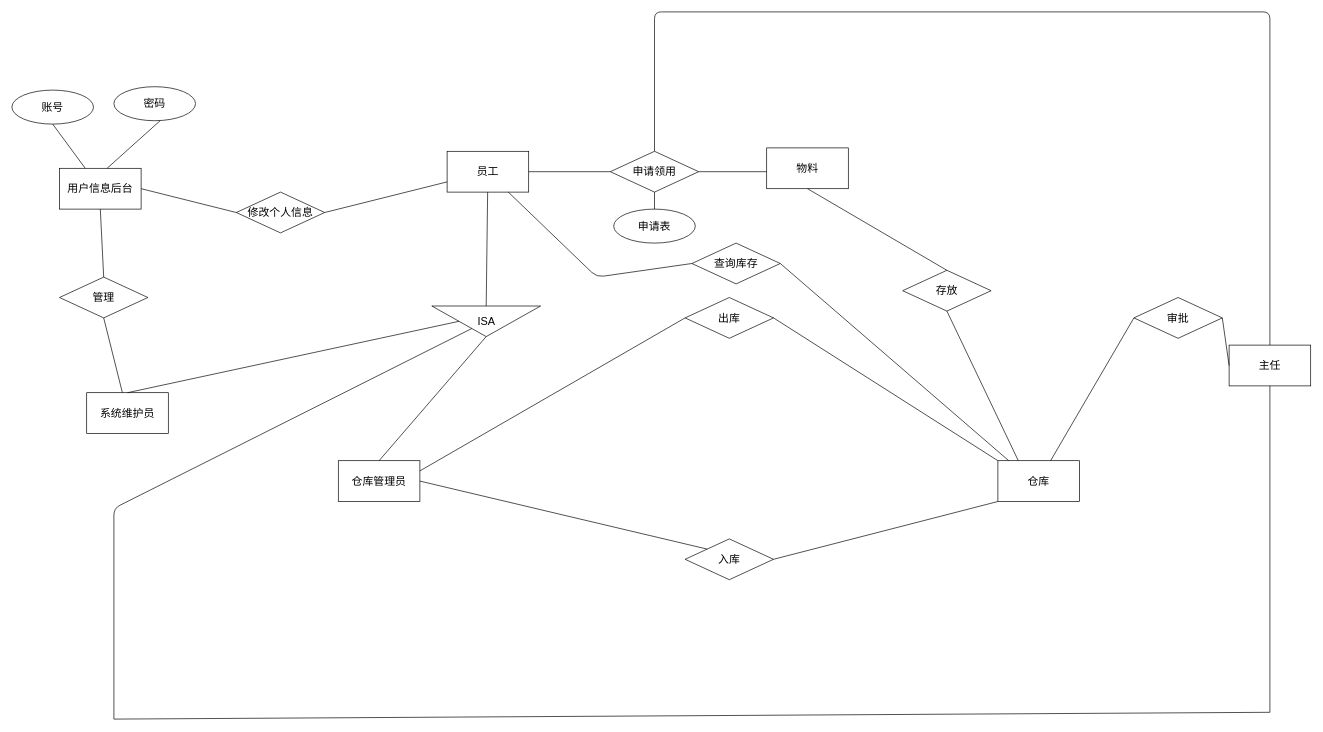
Earlier version of the draw.io diagram 大关系.drawio (images130/LJ_Project). Source tidied: cells renumbered, new cells numbered last; positions are measured from the earlier drawing's top-left corner, leaving out a move shared by most shapes. Both pictures are drawn from the tidied source at 68%, with x=0, y=0 at pixel (12, 12).
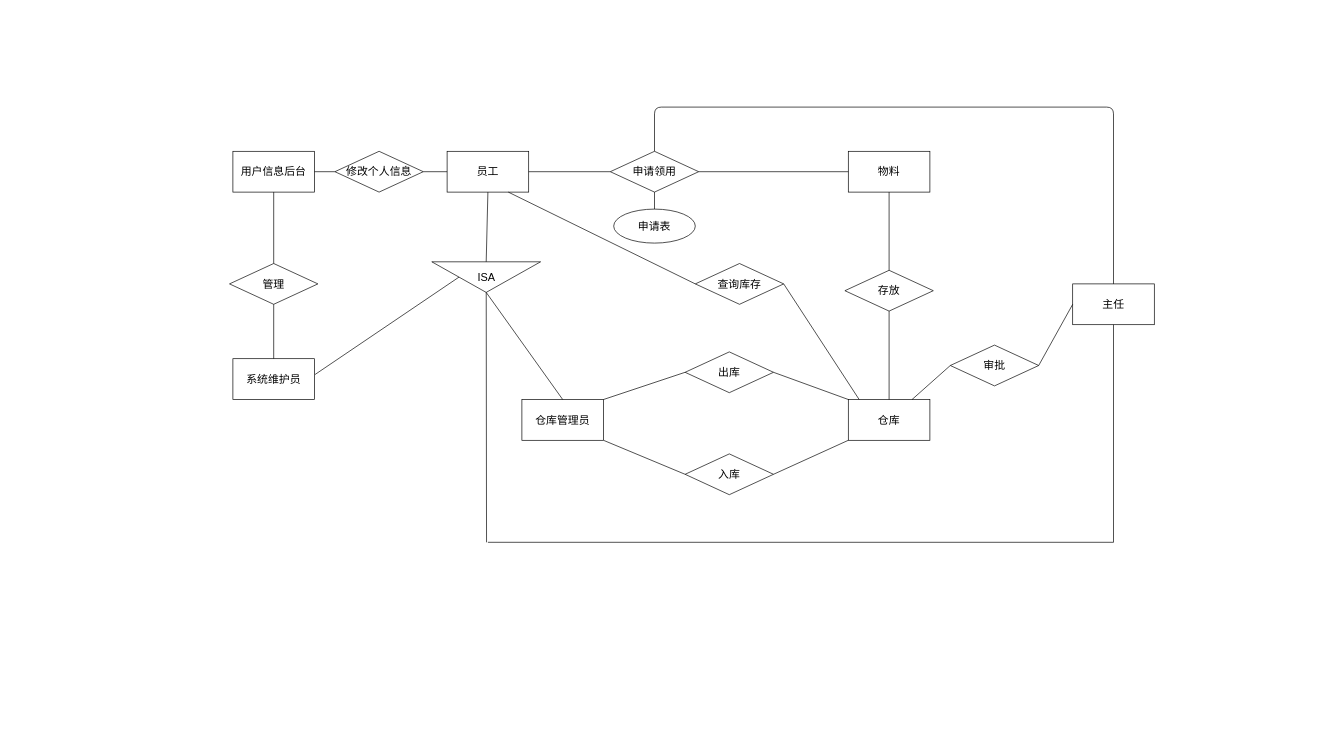
The same page after the edit.

The change refers to these unchanged cells:
```xml
<mxCell id="3" value="员工" style="rounded=0;whiteSpace=wrap;html=1;fontSize=16;fontStyle=0;" parent="1" vertex="1">
  <mxGeometry x="640" y="205" width="120" height="60" as="geometry" />
</mxCell>
<mxCell id="4" value="申请领用" style="rhombus;whiteSpace=wrap;html=1;fontSize=16;fontStyle=0;" parent="1" vertex="1">
  <mxGeometry x="880" y="205" width="130" height="60" as="geometry" />
</mxCell>
```

The edit, as a diff of the source:
```diff
@@
     <mxCell id="2" value="物料" style="rounded=0;whiteSpace=wrap;html=1;fontSize=16;fontStyle=0;" parent="1" vertex="1">
-      <mxGeometry x="1110" y="200" width="120" height="60" as="geometry" />
+      <mxGeometry x="1230" y="205" width="120" height="60" as="geometry" />
     </mxCell>
@@
-    <mxCell id="6" style="endArrow=none;html=1;exitX=1;exitY=0.5;exitDx=0;exitDy=0;fontSize=16;fontStyle=0;" parent="1" edge="1" source="4">
-      <mxGeometry relative="1" as="geometry">
-        <mxPoint x="1110" y="235" as="targetPoint" />
-      </mxGeometry>
+    <mxCell id="6" style="endArrow=none;html=1;exitX=1;exitY=0.5;exitDx=0;exitDy=0;fontSize=16;fontStyle=0;entryX=0;entryY=0.5;entryDx=0;entryDy=0;" parent="1" edge="1" source="4" target="2">
+      <mxGeometry relative="1" as="geometry" />
     </mxCell>
     <mxCell id="7" value="仓库" style="rounded=0;whiteSpace=wrap;html=1;fontSize=16;fontStyle=0;" parent="1" vertex="1">
-      <mxGeometry x="1450" y="660" width="120" height="60" as="geometry" />
+      <mxGeometry x="1230" y="570" width="120" height="60" as="geometry" />
     </mxCell>
     <mxCell id="8" value="入库" style="rhombus;whiteSpace=wrap;html=1;fontSize=16;fontStyle=0;" parent="1" vertex="1">
-      <mxGeometry x="990" y="775" width="130" height="60" as="geometry" />
+      <mxGeometry x="990" y="650" width="130" height="60" as="geometry" />
     </mxCell>
     <mxCell id="9" value="出库" style="rhombus;whiteSpace=wrap;html=1;fontSize=16;fontStyle=0;" parent="1" vertex="1">
-      <mxGeometry x="990" y="420" width="130" height="60" as="geometry" />
+      <mxGeometry x="990" y="500" width="130" height="60" as="geometry" />
     </mxCell>
@@
     <mxCell id="12" value="仓库管理员" style="rounded=0;whiteSpace=wrap;html=1;fontSize=16;fontStyle=0;" parent="1" vertex="1">
-      <mxGeometry x="480" y="660" width="120" height="60" as="geometry" />
+      <mxGeometry x="750" y="570" width="120" height="60" as="geometry" />
     </mxCell>
-    <mxCell id="13" style="endArrow=none;html=1;entryX=0;entryY=0;entryDx=0;entryDy=0;exitX=1;exitY=0.5;exitDx=0;exitDy=0;fontSize=16;fontStyle=0;" parent="1" edge="1" source="12" target="8">
+    <mxCell id="13" style="endArrow=none;html=1;entryX=0;entryY=0.5;entryDx=0;entryDy=0;exitX=1;exitY=1;exitDx=0;exitDy=0;fontSize=16;fontStyle=0;" parent="1" edge="1" source="12" target="8">
       <mxGeometry relative="1" as="geometry" />
     </mxCell>
-    <mxCell id="14" style="endArrow=none;html=1;entryX=0;entryY=0.5;entryDx=0;entryDy=0;exitX=1;exitY=0.25;exitDx=0;exitDy=0;fontSize=16;fontStyle=0;" parent="1" edge="1" source="12" target="9">
+    <mxCell id="14" style="endArrow=none;html=1;entryX=0;entryY=0.5;entryDx=0;entryDy=0;exitX=1;exitY=0;exitDx=0;exitDy=0;fontSize=16;fontStyle=0;exitPerimeter=0;" parent="1" edge="1" source="12" target="9">
       <mxGeometry relative="1" as="geometry" />
     </mxCell>
@@
     <mxCell id="17" value="主任" style="rounded=0;whiteSpace=wrap;html=1;fontSize=16;fontStyle=0;" parent="1" vertex="1">
-      <mxGeometry x="1790" y="490" width="120" height="60" as="geometry" />
+      <mxGeometry x="1560" y="400" width="120" height="60" as="geometry" />
     </mxCell>
     <mxCell id="18" value="存放" style="rhombus;whiteSpace=wrap;html=1;fontSize=16;fontStyle=0;" parent="1" vertex="1">
-      <mxGeometry x="1310" y="380" width="130" height="60" as="geometry" />
+      <mxGeometry x="1225" y="380" width="130" height="60" as="geometry" />
     </mxCell>
@@
-    <mxCell id="20" style="endArrow=none;html=1;entryX=0.5;entryY=1;entryDx=0;entryDy=0;exitX=0.25;exitY=0;exitDx=0;exitDy=0;fontSize=16;fontStyle=0;" parent="1" edge="1" source="7" target="18">
+    <mxCell id="20" style="endArrow=none;html=1;entryX=0.5;entryY=1;entryDx=0;entryDy=0;exitX=0.5;exitY=0;exitDx=0;exitDy=0;fontSize=16;fontStyle=0;" parent="1" edge="1" source="7" target="18">
       <mxGeometry relative="1" as="geometry" />
     </mxCell>
     <mxCell id="21" value="系统维护员" style="rounded=0;whiteSpace=wrap;html=1;fontSize=16;fontStyle=0;" parent="1" vertex="1">
-      <mxGeometry x="110" y="560" width="120" height="60" as="geometry" />
+      <mxGeometry x="325" y="510" width="120" height="60" as="geometry" />
     </mxCell>
     <mxCell id="22" value="ISA" style="triangle;whiteSpace=wrap;html=1;rotation=90;horizontal=0;fontSize=16;fontStyle=0;" parent="1" vertex="1">
-      <mxGeometry x="675" y="375" width="45" height="160" as="geometry" />
+      <mxGeometry x="675" y="310" width="45" height="160" as="geometry" />
     </mxCell>
-    <mxCell id="23" style="endArrow=none;html=1;entryX=0.5;entryY=1;entryDx=0;entryDy=0;exitX=0.5;exitY=0;exitDx=0;exitDy=0;fontSize=16;fontStyle=0;" parent="1" edge="1" source="21" target="22">
+    <mxCell id="23" style="endArrow=none;html=1;entryX=0.5;entryY=1;entryDx=0;entryDy=0;fontSize=16;fontStyle=0;exitX=1.007;exitY=0.387;exitDx=0;exitDy=0;exitPerimeter=0;" parent="1" edge="1" source="21" target="22">
       <mxGeometry relative="1" as="geometry" />
     </mxCell>
@@
-    <mxCell id="25" style="endArrow=none;html=1;exitX=0;exitY=0.5;exitDx=0;exitDy=0;fontSize=16;fontStyle=0;" parent="1" edge="1" source="22" target="3">
+    <mxCell id="25" style="endArrow=none;html=1;exitX=0;exitY=0.5;exitDx=0;exitDy=0;fontSize=16;fontStyle=0;entryX=0.5;entryY=1;entryDx=0;entryDy=0;" parent="1" edge="1" source="22" target="3">
       <mxGeometry relative="1" as="geometry" />
     </mxCell>
     <mxCell id="26" style="endArrow=none;html=1;fontSize=16;fontStyle=0;" parent="1" edge="1" target="22">
       <mxGeometry relative="1" as="geometry">
-        <mxPoint x="150" y="1040" as="sourcePoint" />
-        <Array as="points">
-          <mxPoint x="150" y="730" />
-        </Array>
+        <mxPoint x="698" y="780" as="sourcePoint" />
       </mxGeometry>
     </mxCell>
     <mxCell id="27" style="endArrow=none;html=1;fontSize=16;fontStyle=0;" parent="1" edge="1">
       <mxGeometry relative="1" as="geometry">
-        <mxPoint x="150" y="1040" as="sourcePoint" />
-        <mxPoint x="1850" y="1030" as="targetPoint" />
+        <mxPoint x="700" y="780" as="sourcePoint" />
+        <mxPoint x="1620" y="780" as="targetPoint" />
       </mxGeometry>
     </mxCell>
     <mxCell id="28" style="endArrow=none;html=1;fontSize=16;fontStyle=0;" parent="1" edge="1" target="17">
       <mxGeometry relative="1" as="geometry">
-        <mxPoint x="1850" y="1030" as="sourcePoint" />
+        <mxPoint x="1620" y="780" as="sourcePoint" />
       </mxGeometry>
     </mxCell>
     <mxCell id="29" value="查询库存" style="rhombus;whiteSpace=wrap;html=1;fontSize=16;fontStyle=0;" parent="1" vertex="1">
-      <mxGeometry x="1000" y="340" width="130" height="60" as="geometry" />
+      <mxGeometry x="1005" y="370" width="130" height="60" as="geometry" />
     </mxCell>
     <mxCell id="30" style="endArrow=none;html=1;entryX=0;entryY=0.5;entryDx=0;entryDy=0;exitX=0.75;exitY=1;exitDx=0;exitDy=0;fontSize=16;fontStyle=0;" parent="1" edge="1" source="3" target="29">
-      <mxGeometry relative="1" as="geometry">
-        <Array as="points">
-          <mxPoint x="860" y="390" />
-        </Array>
-      </mxGeometry>
+      <mxGeometry relative="1" as="geometry" />
     </mxCell>
@@
-    <mxCell id="32" value="账号" style="ellipse;whiteSpace=wrap;html=1;fontSize=16;fontStyle=0;" parent="1" vertex="1">
-      <mxGeometry y="115" width="120" height="50" as="geometry" />
-    </mxCell>
-    <mxCell id="33" value="密码" style="ellipse;whiteSpace=wrap;html=1;fontSize=16;fontStyle=0;" parent="1" vertex="1">
-      <mxGeometry x="150" y="110" width="120" height="50" as="geometry" />
-    </mxCell>
     <mxCell id="34" value="用户信息后台" style="rounded=0;whiteSpace=wrap;html=1;fontSize=16;fontStyle=0;" parent="1" vertex="1">
-      <mxGeometry x="70" y="230" width="120" height="60" as="geometry" />
+      <mxGeometry x="325" y="205" width="120" height="60" as="geometry" />
     </mxCell>
-    <mxCell id="35" style="endArrow=none;html=1;entryX=0.5;entryY=1;entryDx=0;entryDy=0;fontSize=16;fontStyle=0;" parent="1" edge="1" source="34" target="32">
-      <mxGeometry relative="1" as="geometry" />
-    </mxCell>
-    <mxCell id="36" style="endArrow=none;html=1;entryX=0.567;entryY=1;entryDx=0;entryDy=0;entryPerimeter=0;fontSize=16;fontStyle=0;" parent="1" edge="1" target="33">
-      <mxGeometry relative="1" as="geometry">
-        <mxPoint x="140" y="230" as="sourcePoint" />
-      </mxGeometry>
-    </mxCell>
     <mxCell id="37" value="管理" style="rhombus;whiteSpace=wrap;html=1;fontSize=16;fontStyle=0;" parent="1" vertex="1">
-      <mxGeometry x="70" y="390" width="130" height="60" as="geometry" />
+      <mxGeometry x="320" y="370" width="130" height="60" as="geometry" />
     </mxCell>
     <mxCell id="38" value="修改个人信息" style="rhombus;whiteSpace=wrap;html=1;fontSize=16;fontStyle=0;" parent="1" vertex="1">
-      <mxGeometry x="330" y="265" width="130" height="60" as="geometry" />
+      <mxGeometry x="475" y="205" width="130" height="60" as="geometry" />
     </mxCell>
@@
-    <mxCell id="42" style="endArrow=none;html=1;entryX=0;entryY=0.75;entryDx=0;entryDy=0;exitX=1;exitY=0.5;exitDx=0;exitDy=0;fontSize=16;fontStyle=0;" parent="1" edge="1" source="38" target="3">
+    <mxCell id="42" style="endArrow=none;html=1;entryX=0;entryY=0.5;entryDx=0;entryDy=0;exitX=1;exitY=0.5;exitDx=0;exitDy=0;fontSize=16;fontStyle=0;" parent="1" edge="1" source="38" target="3">
       <mxGeometry relative="1" as="geometry" />
     </mxCell>
     <mxCell id="43" style="endArrow=none;html=1;exitX=0.5;exitY=0;exitDx=0;exitDy=0;entryX=0.5;entryY=0;entryDx=0;entryDy=0;fontSize=16;fontStyle=0;" parent="1" edge="1" source="4" target="17">
       <mxGeometry relative="1" as="geometry">
         <Array as="points">
-          <mxPoint x="945" />
-          <mxPoint x="1850" />
+          <mxPoint x="945" y="140" />
+          <mxPoint x="1620" y="140" />
         </Array>
       </mxGeometry>
     </mxCell>
     <mxCell id="44" value="审批" style="rhombus;whiteSpace=wrap;html=1;fontSize=16;fontStyle=0;" parent="1" vertex="1">
-      <mxGeometry x="1650" y="420" width="130" height="60" as="geometry" />
+      <mxGeometry x="1380" y="490" width="130" height="60" as="geometry" />
     </mxCell>
```
